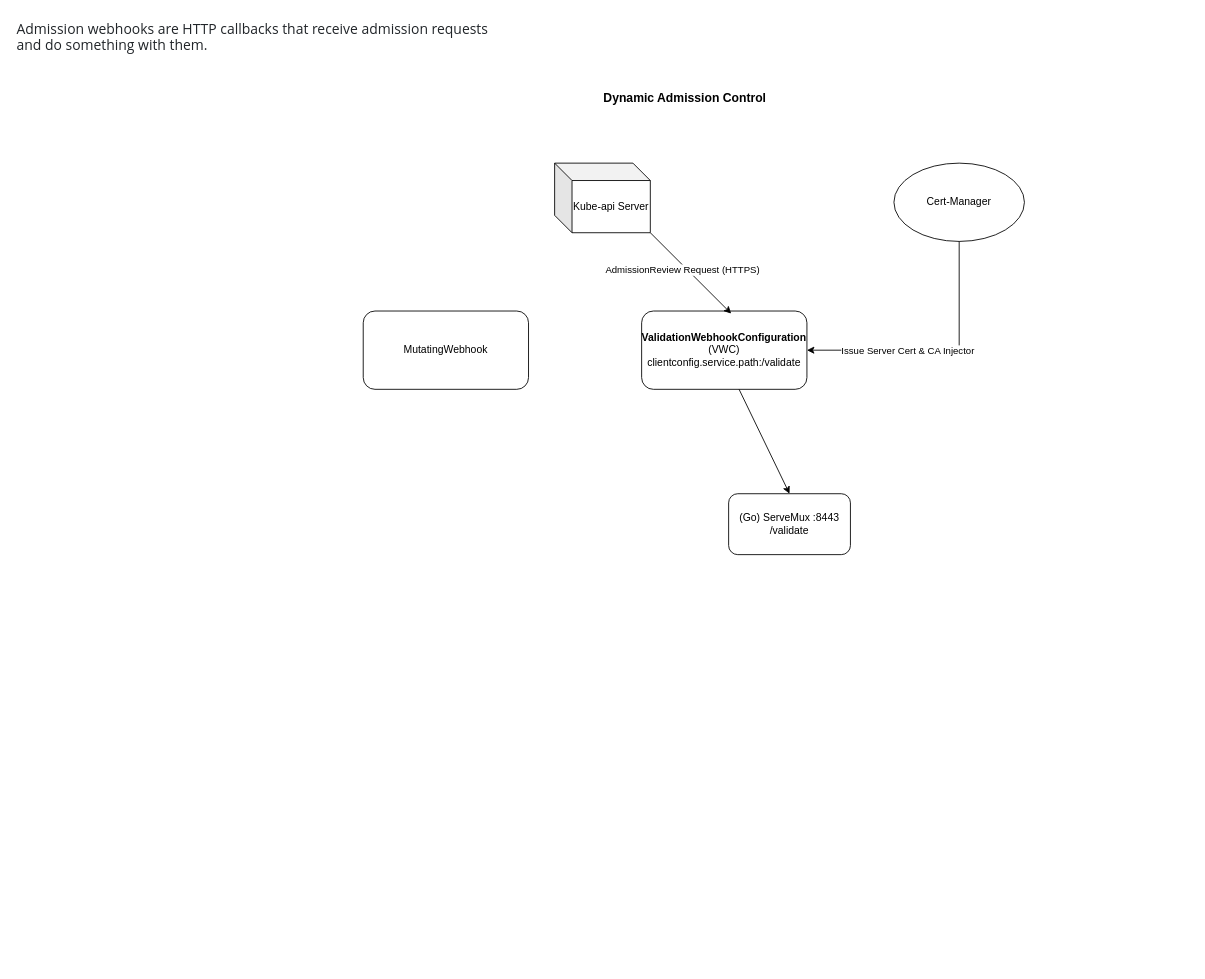
The draw.io diagram docs/Solution_Architect/Kubernetes/AdmissionControl.drawio in velocityX-br/devops-hackathons, before the edit. Source tidied: cells renumbered, new cells numbered last; positions are measured from the earlier drawing's top-left corner, leaving out a move shared by most shapes. Both pictures are drawn from the tidied source at 87%, with x=0, y=0 at pixel (15, 15).
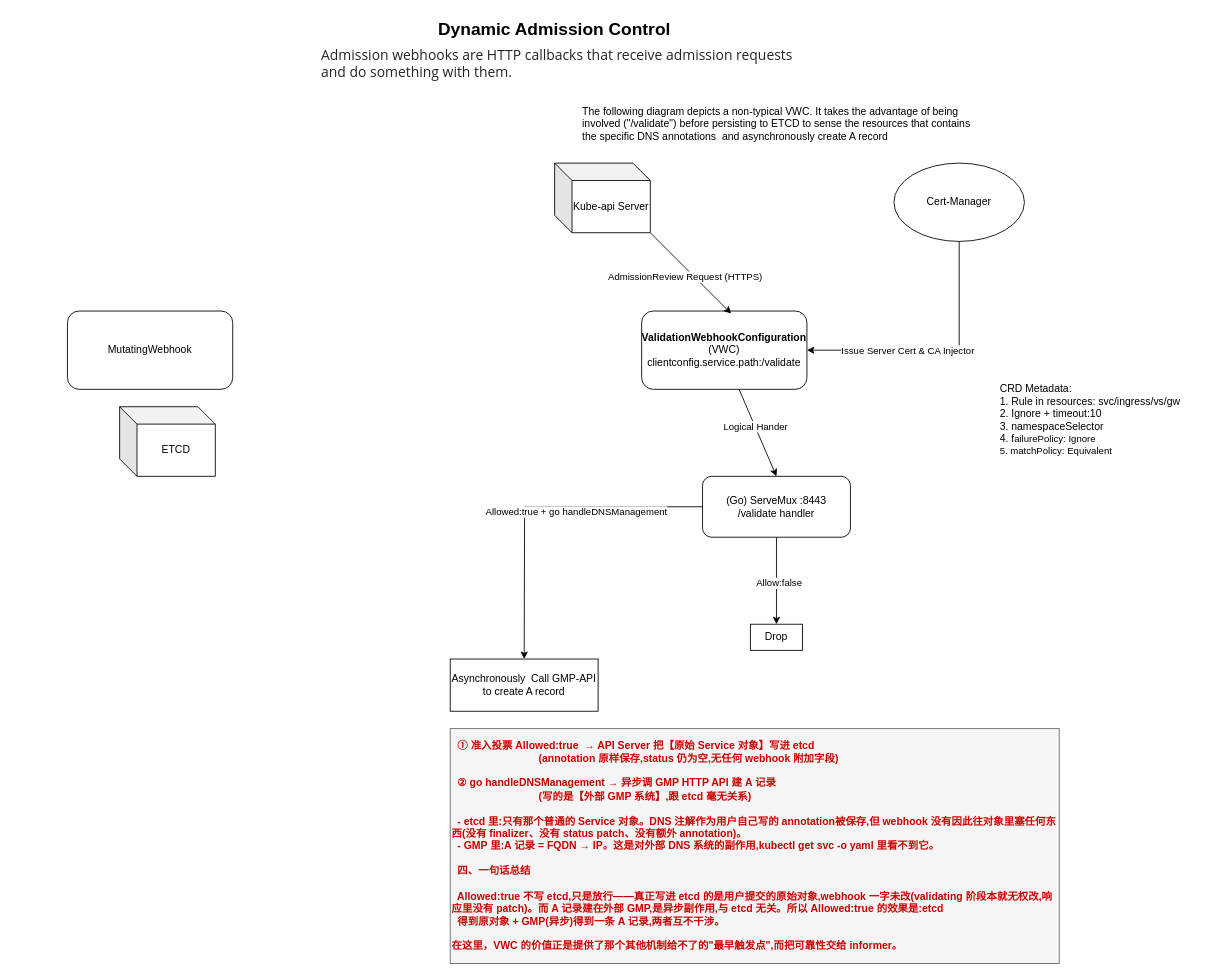
Above is the later version.

Commit message (it also covers changes not shown here):
MOD: admissionControlWebhook

Unchanged cells that the change refers to:
```xml
<mxCell id="4" style="endArrow=classic;html=1;rounded=0;exitX=1;exitY=1;exitDx=0;exitDy=0;exitPerimeter=0;entryX=0.542;entryY=0.033;entryDx=0;entryDy=0;entryPerimeter=0;" parent="1" edge="1" source="2" target="3">
  <mxGeometry relative="1" as="geometry" />
</mxCell>
<mxCell id="11" style="endArrow=classic;html=1;rounded=0;entryX=0.5;entryY=0;entryDx=0;entryDy=0;" parent="1" edge="1" target="6">
  <mxGeometry relative="1" as="geometry">
    <mxPoint x="832" y="430" as="sourcePoint" />
  </mxGeometry>
</mxCell>
```

What changed in the source:
```diff
@@
     <mxCell id="5" value="AdmissionReview Request (HTTPS)" style="edgeLabel;html=1;align=center;verticalAlign=middle;" parent="4" vertex="1">
-      <mxGeometry x="-0.15" y="-4" relative="1" as="geometry" />
+      <mxGeometry x="-0.15" y="-4" relative="1" as="geometry">
+        <mxPoint x="3" y="8" as="offset" />
+      </mxGeometry>
     </mxCell>
+    <mxCell id="14" style="edgeStyle=orthogonalEdgeStyle;rounded=0;jettySize=auto;html=1;" parent="1" edge="1" source="6">
+      <mxGeometry relative="1" as="geometry">
+        <mxPoint x="875" y="700" as="targetPoint" />
+      </mxGeometry>
+    </mxCell>
+    <mxCell id="15" value="Allow:false" style="edgeLabel;html=1;align=center;verticalAlign=middle;" parent="14" vertex="1">
+      <mxGeometry x="0.06" y="2" relative="1" as="geometry" />
+    </mxCell>
-    <mxCell id="6" value="(Go) ServeMux :8443&lt;div&gt;/validate&lt;/div&gt;" style="rounded=1;whiteSpace=wrap;html=1;" parent="1" vertex="1">
-      <mxGeometry x="820" y="550" width="140" height="70" as="geometry" />
+    <mxCell id="6" value="(Go) ServeMux :8443&lt;div&gt;/validate handler&lt;/div&gt;" style="rounded=1;whiteSpace=wrap;html=1;" parent="1" vertex="1">
+      <mxGeometry x="790" y="530" width="170" height="70" as="geometry" />
     </mxCell>
@@
     <mxCell id="10" value="MutatingWebhook" style="rounded=1;whiteSpace=wrap;html=1;" parent="1" vertex="1">
-      <mxGeometry x="400" y="340" width="190" height="90" as="geometry" />
+      <mxGeometry x="60" y="340" width="190" height="90" as="geometry" />
     </mxCell>
@@
+    <mxCell id="16" value="Logical Hander" style="edgeLabel;html=1;align=center;verticalAlign=middle;" parent="11" vertex="1">
+      <mxGeometry x="-0.15" y="-1" relative="1" as="geometry">
+        <mxPoint x="1" as="offset" />
+      </mxGeometry>
+    </mxCell>
     <mxCell id="12" value="&lt;span style=&quot;color: rgb(33, 37, 41); font-family: &amp;quot;Open Sans&amp;quot;, -apple-system, &amp;quot;system-ui&amp;quot;, &amp;quot;Segoe UI&amp;quot;, Roboto, &amp;quot;Helvetica Neue&amp;quot;, Arial, sans-serif, &amp;quot;Apple Color Emoji&amp;quot;, &amp;quot;Segoe UI Emoji&amp;quot;, &amp;quot;Segoe UI Symbol&amp;quot;; font-size: 16px; font-style: normal; font-variant-ligatures: normal; font-variant-caps: normal; font-weight: 400; letter-spacing: normal; orphans: 2; text-align: start; text-indent: 0px; text-transform: none; widows: 2; word-spacing: 0px; -webkit-text-stroke-width: 0px; white-space: normal; background-color: rgb(255, 255, 255); text-decoration-thickness: initial; text-decoration-style: initial; text-decoration-color: initial; display: inline !important; float: none;&quot;&gt;Admission webhooks are HTTP callbacks that receive admission requests and do something with them.&lt;/span&gt;" style="text;whiteSpace=wrap;html=1;" parent="1" vertex="1">
-      <mxGeometry width="560" height="60" as="geometry" />
+      <mxGeometry x="350" y="30" width="560" height="60" as="geometry" />
     </mxCell>
-    <mxCell id="13" value="&lt;b&gt;&lt;font style=&quot;font-size: 14px;&quot;&gt;Dynamic Admission Control&lt;/font&gt;&lt;/b&gt;" style="text;html=1;whiteSpace=wrap;strokeColor=none;fillColor=none;align=center;verticalAlign=middle;rounded=0;" parent="1" vertex="1">
-      <mxGeometry x="650" y="80" width="240" height="30" as="geometry" />
+    <mxCell id="13" value="&lt;b&gt;&lt;font style=&quot;font-size: 20px;&quot;&gt;Dynamic Admission Control&lt;/font&gt;&lt;/b&gt;" style="text;html=1;whiteSpace=wrap;strokeColor=none;fillColor=none;align=center;verticalAlign=middle;rounded=0;" parent="1" vertex="1">
+      <mxGeometry x="440" width="360" height="30" as="geometry" />
     </mxCell>
+    <mxCell id="17" value="ETCD" style="shape=cube;whiteSpace=wrap;html=1;boundedLbl=1;backgroundOutline=1;darkOpacity=0.05;darkOpacity2=0.1;" parent="1" vertex="1">
+      <mxGeometry x="120" y="450" width="110" height="80" as="geometry" />
+    </mxCell>
+    <mxCell id="18" style="edgeStyle=orthogonalEdgeStyle;rounded=0;jettySize=auto;html=1;" parent="1" edge="1" source="6">
+      <mxGeometry relative="1" as="geometry">
+        <mxPoint x="585" y="740" as="targetPoint" />
+      </mxGeometry>
+    </mxCell>
+    <mxCell id="19" value="&lt;div&gt;Allowed:true + go handleDNSManagement&lt;/div&gt;" style="edgeLabel;html=1;align=center;verticalAlign=middle;" parent="18" vertex="1">
+      <mxGeometry x="-0.1" y="2" relative="1" as="geometry">
+        <mxPoint x="25" y="3" as="offset" />
+      </mxGeometry>
+    </mxCell>
+    <mxCell id="20" value="Drop" style="text;html=1;whiteSpace=wrap;strokeColor=default;fillColor=none;align=center;verticalAlign=middle;rounded=0;" parent="1" vertex="1">
+      <mxGeometry x="845" y="700" width="60" height="30" as="geometry" />
+    </mxCell>
+    <mxCell id="21" value="&lt;div&gt;CRD Metadata:&lt;/div&gt;1. Rule in resources: svc/ingress/vs/gw&lt;div&gt;2.&amp;nbsp;Ignore + timeout:10&lt;/div&gt;&lt;div&gt;3.&amp;nbsp;namespaceSelector&lt;/div&gt;&lt;div&gt;4. f&lt;span style=&quot;font-size: 11px; text-wrap-mode: nowrap; color: light-dark(rgb(0, 0, 0), rgb(255, 255, 255));&quot;&gt;ailurePolicy: Ignore&lt;/span&gt;&lt;/div&gt;&lt;div style=&quot;&quot;&gt;&lt;span style=&quot;font-size: 11px; text-wrap-mode: nowrap; color: light-dark(rgb(0, 0, 0), rgb(255, 255, 255));&quot;&gt;5.&amp;nbsp;&lt;/span&gt;&lt;span style=&quot;background-color: transparent; font-size: 11px; text-wrap-mode: nowrap; color: light-dark(rgb(0, 0, 0), rgb(255, 255, 255));&quot;&gt;matchPolicy: Equivalent&lt;/span&gt;&lt;/div&gt;" style="text;html=1;whiteSpace=wrap;strokeColor=none;fillColor=none;align=left;verticalAlign=middle;rounded=0;" parent="1" vertex="1">
+      <mxGeometry x="1130" y="420" width="220" height="90" as="geometry" />
+    </mxCell>
+    <mxCell id="22" value="&lt;div&gt;&lt;span style=&quot;background-color: transparent;&quot;&gt;&lt;font style=&quot;color: rgb(204, 0, 0);&quot;&gt;&lt;b&gt;&amp;nbsp; ① 准入投票 Allowed:true&amp;nbsp; → API Server 把【原始 Service 对象】写进 etcd&lt;/b&gt;&lt;/font&gt;&lt;/span&gt;&lt;/div&gt;&lt;div&gt;&lt;font style=&quot;color: rgb(204, 0, 0);&quot;&gt;&lt;b&gt;&amp;nbsp; &amp;nbsp; &amp;nbsp; &amp;nbsp; &amp;nbsp; &amp;nbsp; &amp;nbsp; &amp;nbsp; &amp;nbsp; &amp;nbsp; &amp;nbsp; &amp;nbsp; &amp;nbsp; &amp;nbsp; &amp;nbsp; (annotation 原样保存,status 仍为空,无任何 webhook 附加字段)&lt;/b&gt;&lt;/font&gt;&lt;/div&gt;&lt;div&gt;&lt;font style=&quot;color: rgb(204, 0, 0);&quot;&gt;&lt;b&gt;&lt;br&gt;&lt;/b&gt;&lt;/font&gt;&lt;/div&gt;&lt;div&gt;&lt;font style=&quot;color: rgb(204, 0, 0);&quot;&gt;&lt;b&gt;&amp;nbsp; ② go handleDNSManagement → 异步调 GMP HTTP API 建 A 记录&lt;/b&gt;&lt;/font&gt;&lt;/div&gt;&lt;div&gt;&lt;font style=&quot;color: rgb(204, 0, 0);&quot;&gt;&lt;b&gt;&amp;nbsp; &amp;nbsp; &amp;nbsp; &amp;nbsp; &amp;nbsp; &amp;nbsp; &amp;nbsp; &amp;nbsp; &amp;nbsp; &amp;nbsp; &amp;nbsp; &amp;nbsp; &amp;nbsp; &amp;nbsp; &amp;nbsp; (写的是【外部 GMP 系统】,跟 etcd 毫无关系)&lt;/b&gt;&lt;/font&gt;&lt;/div&gt;&lt;div&gt;&lt;font style=&quot;color: rgb(204, 0, 0);&quot;&gt;&lt;b&gt;&lt;br&gt;&lt;/b&gt;&lt;/font&gt;&lt;/div&gt;&lt;div&gt;&lt;font style=&quot;color: rgb(204, 0, 0);&quot;&gt;&lt;b&gt;&amp;nbsp; - etcd 里:只有那个普通的 Service 对象。DNS 注解作为用户自己写的 annotation被保存,但 webhook 没有因此往对象里塞任何东西(没有 finalizer、没有 status patch、没有额外 annotation)。&lt;/b&gt;&lt;/font&gt;&lt;/div&gt;&lt;div&gt;&lt;font style=&quot;color: rgb(204, 0, 0);&quot;&gt;&lt;b&gt;&amp;nbsp; - GMP 里:A 记录 = FQDN → IP。这是对外部 DNS 系统的副作用,kubectl get svc -o yaml 里看不到它。&lt;/b&gt;&lt;/font&gt;&lt;/div&gt;&lt;div&gt;&lt;font style=&quot;color: rgb(204, 0, 0);&quot;&gt;&lt;b&gt;&lt;br&gt;&lt;/b&gt;&lt;/font&gt;&lt;/div&gt;&lt;div&gt;&lt;font style=&quot;color: rgb(204, 0, 0);&quot;&gt;&lt;b&gt;&amp;nbsp; 四、一句话总结&lt;/b&gt;&lt;/font&gt;&lt;/div&gt;&lt;div&gt;&lt;font style=&quot;color: rgb(204, 0, 0);&quot;&gt;&lt;b&gt;&lt;br&gt;&lt;/b&gt;&lt;/font&gt;&lt;/div&gt;&lt;div&gt;&lt;font style=&quot;color: rgb(204, 0, 0);&quot;&gt;&lt;b&gt;&amp;nbsp; Allowed:true 不写 etcd,只是放行——真正写进 etcd 的是用户提交的原始对象,webhook 一字未改(validating 阶段本就无权改,响应里没有 patch)。而 A 记录建在外部 GMP,是异步副作用,与 etcd 无关。所以 Allowed:true 的效果是:etcd&lt;/b&gt;&lt;/font&gt;&lt;/div&gt;&lt;div&gt;&lt;font style=&quot;color: rgb(204, 0, 0);&quot;&gt;&lt;b&gt;&amp;nbsp; 得到原对象 + GMP(异步)得到一条 A 记录,两者互不干涉。&lt;/b&gt;&lt;/font&gt;&lt;/div&gt;&lt;div&gt;&lt;font style=&quot;color: rgb(204, 0, 0);&quot;&gt;&lt;b&gt;&lt;br&gt;&lt;/b&gt;&lt;/font&gt;&lt;/div&gt;&lt;div&gt;&lt;font style=&quot;color: rgb(204, 0, 0);&quot;&gt;&lt;font color=&quot;#cc0000&quot;&gt;&lt;b&gt;在这里，VWC 的价值正是提供了那个其他机制给不了的&quot;最早触发点&quot;,而把可靠性交给 informer。&lt;/b&gt;&lt;/font&gt;&lt;/font&gt;&lt;/div&gt;" style="text;html=1;whiteSpace=wrap;strokeColor=#666666;fillColor=#f5f5f5;align=left;verticalAlign=middle;rounded=0;fontColor=#333333;" parent="1" vertex="1">
+      <mxGeometry x="500" y="820" width="700" height="270" as="geometry" />
+    </mxCell>
+    <mxCell id="23" value="Asynchronously&amp;nbsp; Call GMP-API to create A record" style="text;html=1;whiteSpace=wrap;strokeColor=default;fillColor=none;align=center;verticalAlign=middle;rounded=0;" parent="1" vertex="1">
+      <mxGeometry x="500" y="740" width="170" height="60" as="geometry" />
+    </mxCell>
+    <mxCell id="24" value="The following diagram depicts a non-typical VWC. It takes the advantage of being involved (&quot;/validate&quot;) before persisting to ETCD to sense the resources that contains the specific DNS annotations&amp;nbsp; and asynchronously create A record" style="text;html=1;whiteSpace=wrap;strokeColor=none;fillColor=none;align=left;verticalAlign=middle;rounded=0;" parent="1" vertex="1">
+      <mxGeometry x="650" y="100" width="460" height="50" as="geometry" />
+    </mxCell>
```
